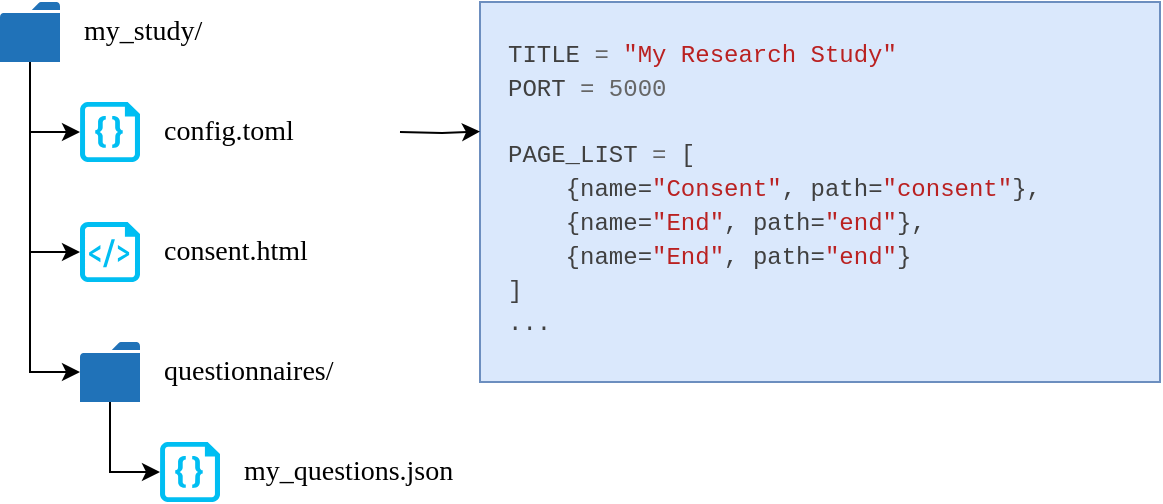
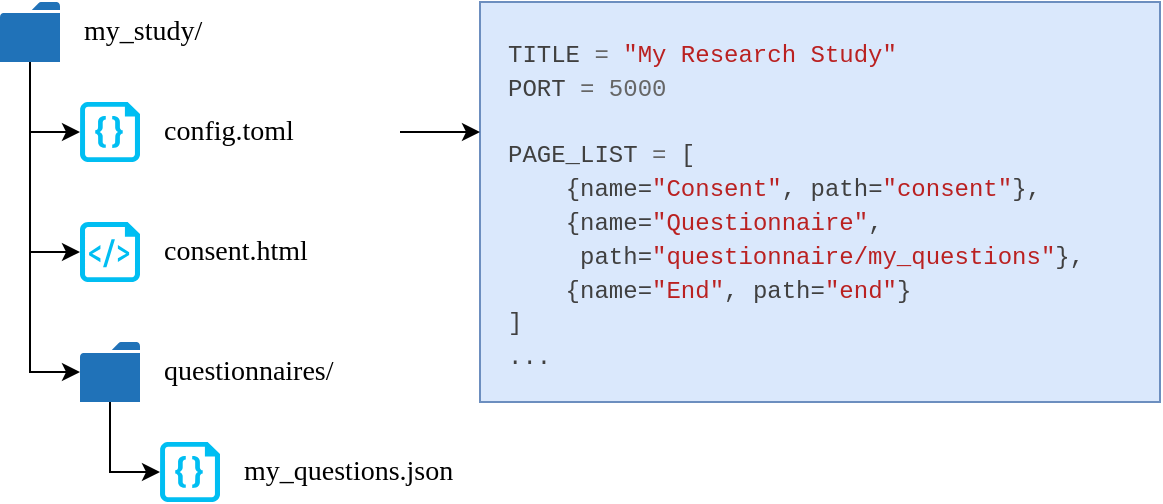
<mxfile host="Electron">
  <diagram name="Page-1" id="sirQW95k24nw641Setjf">
-     <mxGraphModel dx="372" dy="237" grid="1" gridSize="10" guides="1" tooltips="1" connect="1" arrows="1" fold="1" page="1" pageScale="1" pageWidth="850" pageHeight="1100" math="0" shadow="0">
+     <mxGraphModel dx="2023" dy="828" grid="1" gridSize="10" guides="1" tooltips="1" connect="1" arrows="1" fold="1" page="1" pageScale="1" pageWidth="850" pageHeight="1100" math="0" shadow="0">
      <root>
        <mxCell id="0" />
        <mxCell id="1" parent="0" />
-         <mxCell id="zPVTLa__4U9jNPOEE5Bb-11" parent="1" style="text;whiteSpace=wrap;html=1;fillColor=#dae8fc;strokeColor=#6c8ebf;" value="&lt;pre style=&quot;box-sizing: border-box; line-height: 1.4; font-family: SFMono-Regular, Menlo, Monaco, Consolas, &amp;quot;Liberation Mono&amp;quot;, &amp;quot;Courier New&amp;quot;, Courier, monospace; font-size: 12px; white-space: pre; margin: 0px; padding: 12px; display: block; overflow: auto; color: rgb(64, 64, 64); font-style: normal; font-variant-ligatures: normal; font-variant-caps: normal; font-weight: 400; letter-spacing: normal; orphans: 2; text-align: start; text-indent: 0px; text-transform: none; widows: 2; word-spacing: 0px; -webkit-text-stroke-width: 0px; text-decoration-thickness: initial; text-decoration-style: initial; text-decoration-color: initial;&quot;&gt;&lt;span class=&quot;n&quot; style=&quot;box-sizing: border-box;&quot;&gt;TITLE&lt;/span&gt;&lt;span class=&quot;w&quot; style=&quot;box-sizing: border-box; color: rgb(187, 187, 187);&quot;&gt; &lt;/span&gt;&lt;span class=&quot;o&quot; style=&quot;box-sizing: border-box; color: rgb(102, 102, 102);&quot;&gt;=&lt;/span&gt;&lt;span class=&quot;w&quot; style=&quot;box-sizing: border-box; color: rgb(187, 187, 187);&quot;&gt; &lt;/span&gt;&lt;span class=&quot;s2&quot; style=&quot;box-sizing: border-box; color: rgb(186, 33, 33);&quot;&gt;&quot;My Research Study&quot;&lt;/span&gt;&lt;br&gt;&lt;span class=&quot;n&quot; style=&quot;box-sizing: border-box;&quot;&gt;PORT&lt;/span&gt;&lt;span class=&quot;w&quot; style=&quot;box-sizing: border-box; color: rgb(187, 187, 187);&quot;&gt; &lt;/span&gt;&lt;span class=&quot;o&quot; style=&quot;box-sizing: border-box; color: rgb(102, 102, 102);&quot;&gt;=&lt;/span&gt;&lt;span class=&quot;w&quot; style=&quot;box-sizing: border-box; color: rgb(187, 187, 187);&quot;&gt; &lt;/span&gt;&lt;span class=&quot;mi&quot; style=&quot;box-sizing: border-box; color: rgb(102, 102, 102);&quot;&gt;5000&lt;/span&gt;&lt;br&gt;&lt;br&gt;&lt;span class=&quot;n&quot; style=&quot;box-sizing: border-box;&quot;&gt;PAGE_LIST&lt;/span&gt;&lt;span class=&quot;w&quot; style=&quot;box-sizing: border-box; color: rgb(187, 187, 187);&quot;&gt; &lt;/span&gt;&lt;span class=&quot;o&quot; style=&quot;box-sizing: border-box; color: rgb(102, 102, 102);&quot;&gt;=&lt;/span&gt;&lt;span class=&quot;w&quot; style=&quot;box-sizing: border-box; color: rgb(187, 187, 187);&quot;&gt; &lt;/span&gt;&lt;span class=&quot;p&quot; style=&quot;box-sizing: border-box;&quot;&gt;[&lt;/span&gt;&lt;br&gt;&lt;span class=&quot;w&quot; style=&quot;box-sizing: border-box; color: rgb(187, 187, 187);&quot;&gt;    &lt;/span&gt;&lt;span class=&quot;p&quot; style=&quot;box-sizing: border-box;&quot;&gt;{&lt;/span&gt;&lt;span class=&quot;n&quot; style=&quot;box-sizing: border-box;&quot;&gt;name&lt;/span&gt;&lt;span class=&quot;p&quot; style=&quot;box-sizing: border-box;&quot;&gt;=&lt;/span&gt;&lt;span class=&quot;s2&quot; style=&quot;box-sizing: border-box; color: rgb(186, 33, 33);&quot;&gt;&quot;Consent&quot;&lt;/span&gt;&lt;span class=&quot;p&quot; style=&quot;box-sizing: border-box;&quot;&gt;,&lt;/span&gt;&lt;span class=&quot;w&quot; style=&quot;box-sizing: border-box; color: rgb(187, 187, 187);&quot;&gt; &lt;/span&gt;&lt;span class=&quot;n&quot; style=&quot;box-sizing: border-box;&quot;&gt;path&lt;/span&gt;&lt;span class=&quot;p&quot; style=&quot;box-sizing: border-box;&quot;&gt;=&lt;/span&gt;&lt;span class=&quot;s2&quot; style=&quot;box-sizing: border-box; color: rgb(186, 33, 33);&quot;&gt;&quot;consent&quot;&lt;/span&gt;&lt;span class=&quot;p&quot; style=&quot;box-sizing: border-box;&quot;&gt;},&lt;br/&gt;    &lt;span class=&quot;p&quot; style=&quot;background-color: transparent; box-sizing: border-box;&quot;&gt;{&lt;/span&gt;&lt;span class=&quot;n&quot; style=&quot;background-color: transparent; box-sizing: border-box;&quot;&gt;name&lt;/span&gt;&lt;span class=&quot;p&quot; style=&quot;background-color: transparent; box-sizing: border-box;&quot;&gt;=&lt;/span&gt;&lt;span class=&quot;s2&quot; style=&quot;background-color: transparent; box-sizing: border-box; color: rgb(186, 33, 33);&quot;&gt;&quot;End&quot;&lt;/span&gt;&lt;span class=&quot;p&quot; style=&quot;background-color: transparent; box-sizing: border-box;&quot;&gt;,&lt;/span&gt;&lt;span class=&quot;w&quot; style=&quot;background-color: transparent; box-sizing: border-box; color: rgb(187, 187, 187);&quot;&gt; &lt;/span&gt;&lt;span class=&quot;n&quot; style=&quot;background-color: transparent; box-sizing: border-box;&quot;&gt;path&lt;/span&gt;&lt;span class=&quot;p&quot; style=&quot;background-color: transparent; box-sizing: border-box;&quot;&gt;=&lt;/span&gt;&lt;span class=&quot;s2&quot; style=&quot;background-color: transparent; box-sizing: border-box; color: rgb(186, 33, 33);&quot;&gt;&quot;end&quot;&lt;/span&gt;&lt;span class=&quot;p&quot; style=&quot;background-color: transparent; box-sizing: border-box;&quot;&gt;},&lt;/span&gt;&lt;/span&gt; &lt;br/&gt;&lt;span class=&quot;p&quot; style=&quot;background-color: transparent; box-sizing: border-box;&quot;&gt;    {&lt;/span&gt;&lt;span class=&quot;n&quot; style=&quot;background-color: transparent; box-sizing: border-box;&quot;&gt;name&lt;/span&gt;&lt;span class=&quot;p&quot; style=&quot;background-color: transparent; box-sizing: border-box;&quot;&gt;=&lt;/span&gt;&lt;span class=&quot;s2&quot; style=&quot;background-color: transparent; box-sizing: border-box; color: rgb(186, 33, 33);&quot;&gt;&quot;End&quot;&lt;/span&gt;&lt;span class=&quot;p&quot; style=&quot;background-color: transparent; box-sizing: border-box;&quot;&gt;,&lt;/span&gt;&lt;span class=&quot;w&quot; style=&quot;background-color: transparent; box-sizing: border-box; color: rgb(187, 187, 187);&quot;&gt; &lt;/span&gt;&lt;span class=&quot;n&quot; style=&quot;background-color: transparent; box-sizing: border-box;&quot;&gt;path&lt;/span&gt;&lt;span class=&quot;p&quot; style=&quot;background-color: transparent; box-sizing: border-box;&quot;&gt;=&lt;/span&gt;&lt;span class=&quot;s2&quot; style=&quot;background-color: transparent; box-sizing: border-box; color: rgb(186, 33, 33);&quot;&gt;&quot;end&quot;&lt;/span&gt;&lt;span class=&quot;p&quot; style=&quot;background-color: transparent; box-sizing: border-box;&quot;&gt;}&lt;br/&gt;&lt;/span&gt;]&lt;br/&gt;...&lt;/pre&gt;" vertex="1">
-           <mxGeometry height="190" width="340" x="270" y="40" as="geometry" />
+         <mxCell id="zPVTLa__4U9jNPOEE5Bb-11" parent="1" style="text;whiteSpace=wrap;html=1;fillColor=#dae8fc;strokeColor=#6c8ebf;" value="&lt;pre style=&quot;box-sizing: border-box; line-height: 1.4; font-family: SFMono-Regular, Menlo, Monaco, Consolas, &amp;quot;Liberation Mono&amp;quot;, &amp;quot;Courier New&amp;quot;, Courier, monospace; font-size: 12px; white-space: pre; margin: 0px; padding: 12px; display: block; overflow: auto; color: rgb(64, 64, 64); font-style: normal; font-variant-ligatures: normal; font-variant-caps: normal; font-weight: 400; letter-spacing: normal; orphans: 2; text-align: start; text-indent: 0px; text-transform: none; widows: 2; word-spacing: 0px; -webkit-text-stroke-width: 0px; text-decoration-thickness: initial; text-decoration-style: initial; text-decoration-color: initial;&quot;&gt;&lt;span class=&quot;n&quot; style=&quot;box-sizing: border-box;&quot;&gt;TITLE&lt;/span&gt;&lt;span class=&quot;w&quot; style=&quot;box-sizing: border-box; color: rgb(187, 187, 187);&quot;&gt; &lt;/span&gt;&lt;span class=&quot;o&quot; style=&quot;box-sizing: border-box; color: rgb(102, 102, 102);&quot;&gt;=&lt;/span&gt;&lt;span class=&quot;w&quot; style=&quot;box-sizing: border-box; color: rgb(187, 187, 187);&quot;&gt; &lt;/span&gt;&lt;span class=&quot;s2&quot; style=&quot;box-sizing: border-box; color: rgb(186, 33, 33);&quot;&gt;&quot;My Research Study&quot;&lt;/span&gt;&lt;br&gt;&lt;span class=&quot;n&quot; style=&quot;box-sizing: border-box;&quot;&gt;PORT&lt;/span&gt;&lt;span class=&quot;w&quot; style=&quot;box-sizing: border-box; color: rgb(187, 187, 187);&quot;&gt; &lt;/span&gt;&lt;span class=&quot;o&quot; style=&quot;box-sizing: border-box; color: rgb(102, 102, 102);&quot;&gt;=&lt;/span&gt;&lt;span class=&quot;w&quot; style=&quot;box-sizing: border-box; color: rgb(187, 187, 187);&quot;&gt; &lt;/span&gt;&lt;span class=&quot;mi&quot; style=&quot;box-sizing: border-box; color: rgb(102, 102, 102);&quot;&gt;5000&lt;/span&gt;&lt;br&gt;&lt;br&gt;&lt;span class=&quot;n&quot; style=&quot;box-sizing: border-box;&quot;&gt;PAGE_LIST&lt;/span&gt;&lt;span class=&quot;w&quot; style=&quot;box-sizing: border-box; color: rgb(187, 187, 187);&quot;&gt; &lt;/span&gt;&lt;span class=&quot;o&quot; style=&quot;box-sizing: border-box; color: rgb(102, 102, 102);&quot;&gt;=&lt;/span&gt;&lt;span class=&quot;w&quot; style=&quot;box-sizing: border-box; color: rgb(187, 187, 187);&quot;&gt; &lt;/span&gt;&lt;span class=&quot;p&quot; style=&quot;box-sizing: border-box;&quot;&gt;[&lt;/span&gt;&lt;br&gt;&lt;span class=&quot;w&quot; style=&quot;box-sizing: border-box; color: rgb(187, 187, 187);&quot;&gt;    &lt;/span&gt;&lt;span class=&quot;p&quot; style=&quot;box-sizing: border-box;&quot;&gt;{&lt;/span&gt;&lt;span class=&quot;n&quot; style=&quot;box-sizing: border-box;&quot;&gt;name&lt;/span&gt;&lt;span class=&quot;p&quot; style=&quot;box-sizing: border-box;&quot;&gt;=&lt;/span&gt;&lt;span class=&quot;s2&quot; style=&quot;box-sizing: border-box; color: rgb(186, 33, 33);&quot;&gt;&quot;Consent&quot;&lt;/span&gt;&lt;span class=&quot;p&quot; style=&quot;box-sizing: border-box;&quot;&gt;,&lt;/span&gt;&lt;span class=&quot;w&quot; style=&quot;box-sizing: border-box; color: rgb(187, 187, 187);&quot;&gt; &lt;/span&gt;&lt;span class=&quot;n&quot; style=&quot;box-sizing: border-box;&quot;&gt;path&lt;/span&gt;&lt;span class=&quot;p&quot; style=&quot;box-sizing: border-box;&quot;&gt;=&lt;/span&gt;&lt;span class=&quot;s2&quot; style=&quot;box-sizing: border-box; color: rgb(186, 33, 33);&quot;&gt;&quot;consent&quot;&lt;/span&gt;&lt;span class=&quot;p&quot; style=&quot;box-sizing: border-box;&quot;&gt;},&lt;br&gt;    &lt;span class=&quot;p&quot; style=&quot;background-color: transparent; box-sizing: border-box;&quot;&gt;{&lt;/span&gt;&lt;span class=&quot;n&quot; style=&quot;background-color: transparent; box-sizing: border-box;&quot;&gt;name&lt;/span&gt;&lt;span class=&quot;p&quot; style=&quot;background-color: transparent; box-sizing: border-box;&quot;&gt;=&lt;/span&gt;&lt;span class=&quot;s2&quot; style=&quot;background-color: transparent; box-sizing: border-box; color: rgb(186, 33, 33);&quot;&gt;&quot;Questionnaire&quot;&lt;/span&gt;&lt;span class=&quot;p&quot; style=&quot;background-color: transparent; box-sizing: border-box;&quot;&gt;,&lt;/span&gt;&lt;span class=&quot;w&quot; style=&quot;background-color: transparent; box-sizing: border-box; color: rgb(187, 187, 187);&quot;&gt; &lt;br/&gt;&lt;/span&gt;&lt;span class=&quot;n&quot; style=&quot;background-color: transparent; box-sizing: border-box;&quot;&gt;     path&lt;/span&gt;&lt;span class=&quot;p&quot; style=&quot;background-color: transparent; box-sizing: border-box;&quot;&gt;=&lt;/span&gt;&lt;span class=&quot;s2&quot; style=&quot;background-color: transparent; box-sizing: border-box; color: rgb(186, 33, 33);&quot;&gt;&quot;questionnaire/my_questions&quot;&lt;/span&gt;&lt;span class=&quot;p&quot; style=&quot;background-color: transparent; box-sizing: border-box;&quot;&gt;},&lt;/span&gt;&lt;/span&gt; &lt;br&gt;&lt;span class=&quot;p&quot; style=&quot;background-color: transparent; box-sizing: border-box;&quot;&gt;    {&lt;/span&gt;&lt;span class=&quot;n&quot; style=&quot;background-color: transparent; box-sizing: border-box;&quot;&gt;name&lt;/span&gt;&lt;span class=&quot;p&quot; style=&quot;background-color: transparent; box-sizing: border-box;&quot;&gt;=&lt;/span&gt;&lt;span class=&quot;s2&quot; style=&quot;background-color: transparent; box-sizing: border-box; color: rgb(186, 33, 33);&quot;&gt;&quot;End&quot;&lt;/span&gt;&lt;span class=&quot;p&quot; style=&quot;background-color: transparent; box-sizing: border-box;&quot;&gt;,&lt;/span&gt;&lt;span class=&quot;w&quot; style=&quot;background-color: transparent; box-sizing: border-box; color: rgb(187, 187, 187);&quot;&gt; &lt;/span&gt;&lt;span class=&quot;n&quot; style=&quot;background-color: transparent; box-sizing: border-box;&quot;&gt;path&lt;/span&gt;&lt;span class=&quot;p&quot; style=&quot;background-color: transparent; box-sizing: border-box;&quot;&gt;=&lt;/span&gt;&lt;span class=&quot;s2&quot; style=&quot;background-color: transparent; box-sizing: border-box; color: rgb(186, 33, 33);&quot;&gt;&quot;end&quot;&lt;/span&gt;&lt;span class=&quot;p&quot; style=&quot;background-color: transparent; box-sizing: border-box;&quot;&gt;}&lt;br&gt;&lt;/span&gt;]&lt;br&gt;...&lt;/pre&gt;" vertex="1">
+           <mxGeometry height="200" width="340" x="270" y="40" as="geometry" />
        </mxCell>
-         <mxCell id="zPVTLa__4U9jNPOEE5Bb-14" edge="1" parent="1" style="edgeStyle=orthogonalEdgeStyle;rounded=0;orthogonalLoop=1;jettySize=auto;html=1;entryX=0;entryY=0.341;entryDx=0;entryDy=0;entryPerimeter=0;" target="zPVTLa__4U9jNPOEE5Bb-11">
+         <mxCell id="zPVTLa__4U9jNPOEE5Bb-14" edge="1" parent="1" source="zPVTLa__4U9jNPOEE5Bb-19" style="edgeStyle=orthogonalEdgeStyle;rounded=0;orthogonalLoop=1;jettySize=auto;html=1;">
          <mxGeometry relative="1" as="geometry">
+             <Array as="points" />
            <mxPoint x="230" y="105" as="sourcePoint" />
+             <mxPoint x="270" y="105" as="targetPoint" />
          </mxGeometry>
        </mxCell>
        <mxCell id="zPVTLa__4U9jNPOEE5Bb-15" parent="1" style="verticalLabelPosition=bottom;html=1;verticalAlign=top;align=center;strokeColor=none;fillColor=#00BEF2;shape=mxgraph.azure.code_file;pointerEvents=1;" value="" vertex="1">
          <mxGeometry height="30" width="30" x="70" y="90" as="geometry" />
        </mxCell>
        <mxCell id="zPVTLa__4U9jNPOEE5Bb-16" parent="1" style="verticalLabelPosition=bottom;html=1;verticalAlign=top;align=center;strokeColor=none;fillColor=#00BEF2;shape=mxgraph.azure.script_file;pointerEvents=1;" value="" vertex="1">
          <mxGeometry height="30" width="30" x="70" y="150" as="geometry" />
        </mxCell>
        <mxCell id="zPVTLa__4U9jNPOEE5Bb-18" parent="1" style="text;html=1;whiteSpace=wrap;strokeColor=none;fillColor=none;align=left;verticalAlign=middle;rounded=0;" value="&lt;font face=&quot;Lucida Console&quot; style=&quot;font-size: 14px;&quot;&gt;my_study/&lt;/font&gt;" vertex="1">
          <mxGeometry height="30" width="120" x="70" y="40" as="geometry" />
        </mxCell>
        <mxCell id="zPVTLa__4U9jNPOEE5Bb-19" parent="1" style="text;html=1;whiteSpace=wrap;strokeColor=none;fillColor=none;align=left;verticalAlign=middle;rounded=0;" value="&lt;font face=&quot;Lucida Console&quot; style=&quot;font-size: 14px;&quot;&gt;config.toml&lt;/font&gt;" vertex="1">
          <mxGeometry height="30" width="120" x="110" y="90" as="geometry" />
        </mxCell>
        <mxCell id="zPVTLa__4U9jNPOEE5Bb-20" parent="1" style="text;html=1;whiteSpace=wrap;strokeColor=none;fillColor=none;align=left;verticalAlign=middle;rounded=0;" value="&lt;font face=&quot;Lucida Console&quot; style=&quot;font-size: 14px;&quot;&gt;consent.html&lt;/font&gt;" vertex="1">
          <mxGeometry height="30" width="120" x="110" y="150" as="geometry" />
        </mxCell>
        <mxCell id="zPVTLa__4U9jNPOEE5Bb-22" parent="1" style="text;html=1;whiteSpace=wrap;strokeColor=none;fillColor=none;align=left;verticalAlign=middle;rounded=0;" value="&lt;font face=&quot;Lucida Console&quot; style=&quot;font-size: 14px;&quot;&gt;questionnaires/&lt;/font&gt;" vertex="1">
          <mxGeometry height="30" width="140" x="110" y="210" as="geometry" />
        </mxCell>
        <mxCell id="zPVTLa__4U9jNPOEE5Bb-23" parent="1" style="verticalLabelPosition=bottom;html=1;verticalAlign=top;align=center;strokeColor=none;fillColor=#00BEF2;shape=mxgraph.azure.code_file;pointerEvents=1;" value="" vertex="1">
          <mxGeometry height="30" width="30" x="110" y="260" as="geometry" />
        </mxCell>
        <mxCell id="zPVTLa__4U9jNPOEE5Bb-24" edge="1" parent="1" style="edgeStyle=orthogonalEdgeStyle;rounded=0;orthogonalLoop=1;jettySize=auto;html=1;entryX=0;entryY=0.5;entryDx=0;entryDy=0;entryPerimeter=0;" target="zPVTLa__4U9jNPOEE5Bb-16">
          <mxGeometry relative="1" as="geometry">
            <Array as="points">
              <mxPoint x="45" y="165" />
            </Array>
            <mxPoint x="45" y="64.35000000000002" as="sourcePoint" />
          </mxGeometry>
        </mxCell>
        <mxCell id="zPVTLa__4U9jNPOEE5Bb-25" edge="1" parent="1" style="edgeStyle=orthogonalEdgeStyle;rounded=0;orthogonalLoop=1;jettySize=auto;html=1;entryX=0;entryY=0.5;entryDx=0;entryDy=0;entryPerimeter=0;" target="zPVTLa__4U9jNPOEE5Bb-15">
          <mxGeometry relative="1" as="geometry">
            <Array as="points">
              <mxPoint x="45" y="105" />
            </Array>
            <mxPoint x="45" y="64.35000000000002" as="sourcePoint" />
          </mxGeometry>
        </mxCell>
        <mxCell id="zPVTLa__4U9jNPOEE5Bb-26" edge="1" parent="1" style="edgeStyle=orthogonalEdgeStyle;rounded=0;orthogonalLoop=1;jettySize=auto;html=1;" target="6L07LUiBm_lTWKgpYk8j-3">
          <mxGeometry relative="1" as="geometry">
            <Array as="points">
              <mxPoint x="45" y="225" />
            </Array>
            <mxPoint x="45" y="64.35000000000002" as="sourcePoint" />
            <mxPoint x="70" y="220.00374" as="targetPoint" />
          </mxGeometry>
        </mxCell>
        <mxCell id="zPVTLa__4U9jNPOEE5Bb-27" edge="1" parent="1" style="edgeStyle=orthogonalEdgeStyle;rounded=0;orthogonalLoop=1;jettySize=auto;html=1;entryX=0;entryY=0.5;entryDx=0;entryDy=0;entryPerimeter=0;" target="zPVTLa__4U9jNPOEE5Bb-23">
          <mxGeometry relative="1" as="geometry">
            <Array as="points">
              <mxPoint x="85" y="275" />
            </Array>
            <mxPoint x="85" y="234.34000000000003" as="sourcePoint" />
          </mxGeometry>
        </mxCell>
        <mxCell id="zPVTLa__4U9jNPOEE5Bb-28" parent="1" style="text;html=1;whiteSpace=wrap;strokeColor=none;fillColor=none;align=left;verticalAlign=middle;rounded=0;" value="&lt;font face=&quot;Lucida Console&quot; style=&quot;font-size: 14px;&quot;&gt;my_questions.json&lt;/font&gt;" vertex="1">
          <mxGeometry height="30" width="160" x="150" y="260" as="geometry" />
        </mxCell>
        <mxCell id="6L07LUiBm_lTWKgpYk8j-2" parent="1" style="sketch=0;pointerEvents=1;shadow=0;dashed=0;html=1;strokeColor=none;labelPosition=center;verticalLabelPosition=bottom;verticalAlign=top;outlineConnect=0;align=center;shape=mxgraph.office.concepts.folder;fillColor=#2072B8;" value="" vertex="1">
          <mxGeometry height="30" width="30" x="30" y="40" as="geometry" />
        </mxCell>
        <mxCell id="6L07LUiBm_lTWKgpYk8j-3" parent="1" style="sketch=0;pointerEvents=1;shadow=0;dashed=0;html=1;strokeColor=none;labelPosition=center;verticalLabelPosition=bottom;verticalAlign=top;outlineConnect=0;align=center;shape=mxgraph.office.concepts.folder;fillColor=#2072B8;" value="" vertex="1">
          <mxGeometry height="30" width="30" x="70" y="210" as="geometry" />
        </mxCell>
      </root>
    </mxGraphModel>
  </diagram>
</mxfile>
